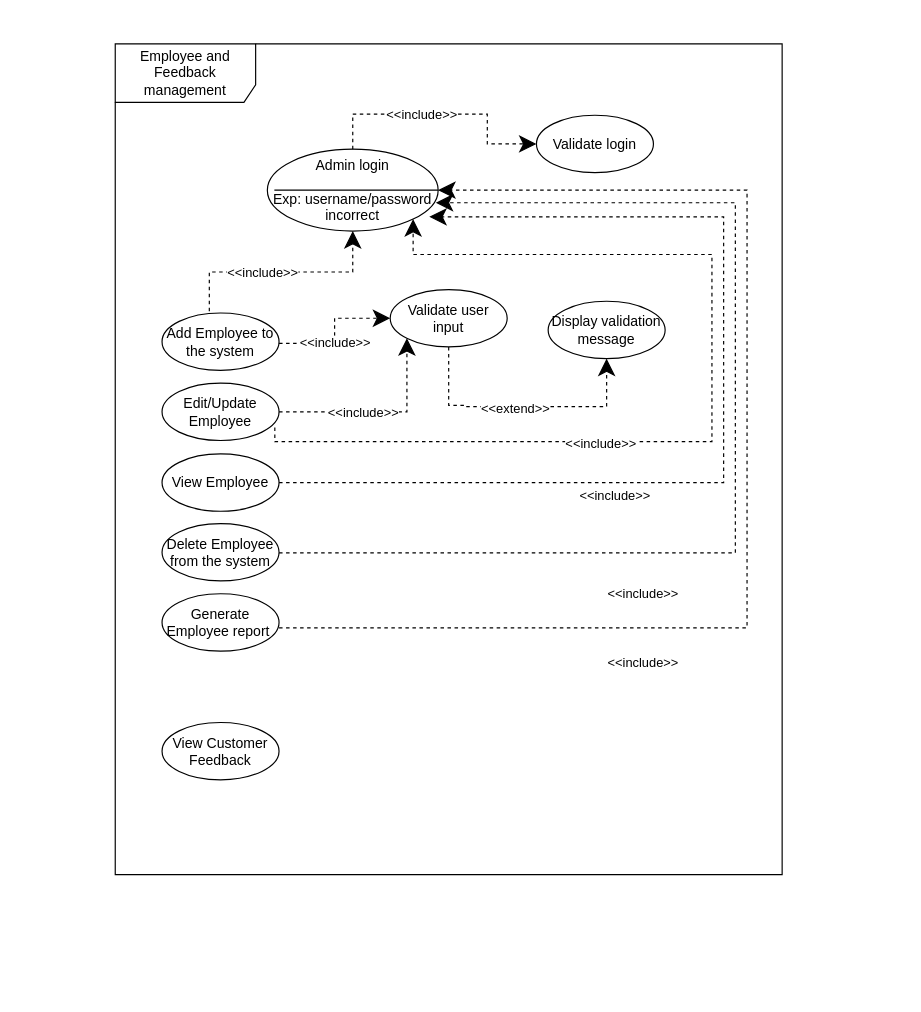
This is Untitled Diagram.drawio from ChamudiRW/first, a draw.io file, before an edit. Source tidied: cells renumbered, new cells numbered last; positions are measured from the earlier drawing's top-left corner, leaving out a move shared by most shapes. Both pictures are drawn from the tidied source at 117%, with x=0, y=0 at pixel (115, 43).
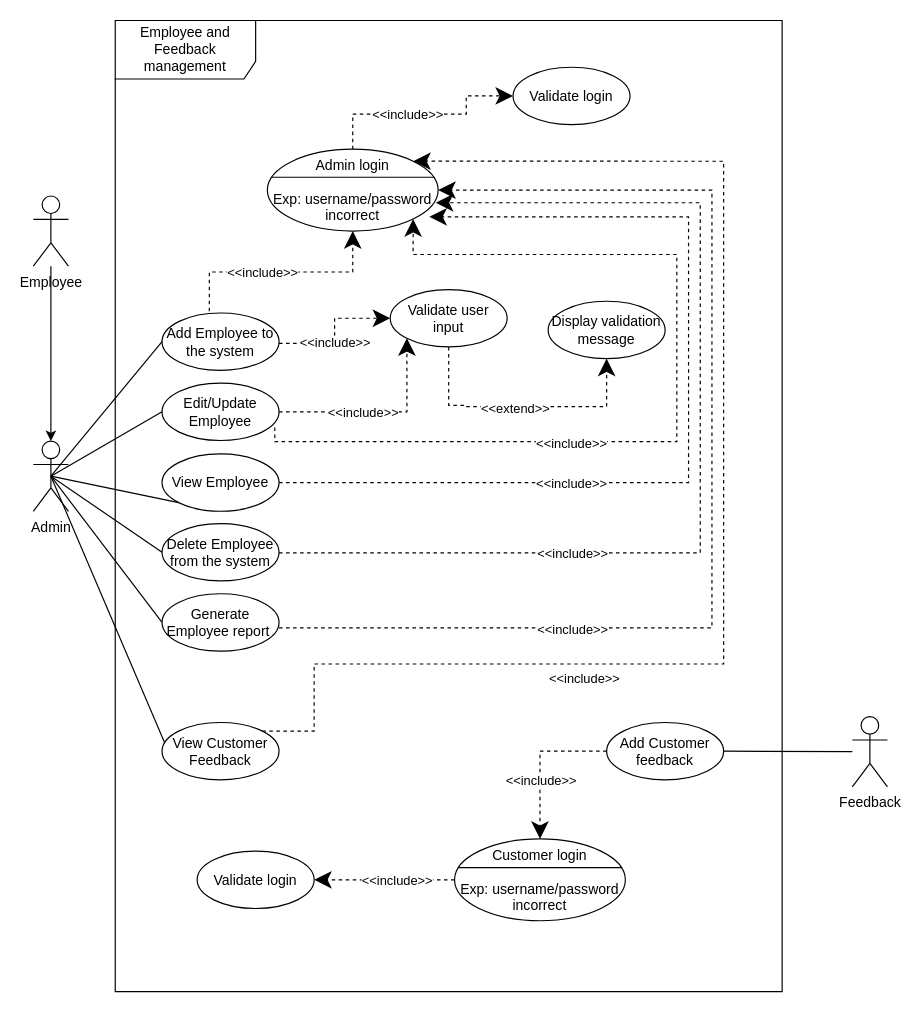
After the change.

The change refers to these unchanged cells:
```xml
<mxCell id="3" value="Admin login&lt;br&gt;&lt;br&gt;Exp: username/password incorrect" style="ellipse;whiteSpace=wrap;html=1;" parent="1" vertex="1">
  <mxGeometry x="130" y="90" width="146" height="70" as="geometry" />
</mxCell>
<mxCell id="8" value="Add Employee to the system" style="ellipse;whiteSpace=wrap;html=1;" parent="1" vertex="1">
  <mxGeometry x="40" y="230" width="100" height="49" as="geometry" />
</mxCell>
<mxCell id="9" value="View Employee" style="ellipse;whiteSpace=wrap;html=1;" parent="1" vertex="1">
  <mxGeometry x="40" y="350.5" width="100" height="49" as="geometry" />
</mxCell>
<mxCell id="10" value="Edit/Update Employee" style="ellipse;whiteSpace=wrap;html=1;" parent="1" vertex="1">
  <mxGeometry x="40" y="290" width="100" height="49" as="geometry" />
</mxCell>
<mxCell id="11" value="Delete Employee from the system" style="ellipse;whiteSpace=wrap;html=1;" parent="1" vertex="1">
  <mxGeometry x="40" y="410" width="100" height="49" as="geometry" />
</mxCell>
<mxCell id="12" value="Generate Employee report&amp;nbsp;" style="ellipse;whiteSpace=wrap;html=1;" parent="1" vertex="1">
  <mxGeometry x="40" y="470" width="100" height="49" as="geometry" />
</mxCell>
<mxCell id="13" value="View Customer Feedback" style="ellipse;whiteSpace=wrap;html=1;" parent="1" vertex="1">
  <mxGeometry x="40" y="580" width="100" height="49" as="geometry" />
</mxCell>
```

Diff of the diagram source:
```diff
@@
     <mxCell id="2" value="Employee and Feedback management" style="shape=umlFrame;whiteSpace=wrap;html=1;width=120;height=50;" parent="1" vertex="1">
-      <mxGeometry width="570" height="710" as="geometry" />
+      <mxGeometry y="-20" width="570" height="830" as="geometry" />
     </mxCell>
@@
     <mxCell id="4" style="line;strokeWidth=1;fillColor=none;align=left;verticalAlign=middle;spacingTop=-1;spacingLeft=3;spacingRight=3;labelPosition=right;" parent="1" vertex="1">
-      <mxGeometry x="136" y="121" width="140" height="8" as="geometry" />
+      <mxGeometry x="133" y="110" width="140" height="8" as="geometry" />
     </mxCell>
     <mxCell id="5" value="Validate login" style="ellipse;whiteSpace=wrap;html=1;" parent="1" vertex="1">
-      <mxGeometry x="360" y="61" width="100" height="49" as="geometry" />
+      <mxGeometry x="340" y="20" width="100" height="49" as="geometry" />
     </mxCell>
     <mxCell id="6" style="endArrow=classic;dashed=1;endFill=1;endSize=12;html=1;rounded=0;edgeStyle=orthogonalEdgeStyle;exitX=0.5;exitY=0;exitDx=0;exitDy=0;entryX=0;entryY=0.5;entryDx=0;entryDy=0;" parent="1" edge="1" source="3" target="5">
       <mxGeometry relative="1" as="geometry">
         <Array as="points">
           <mxPoint x="203" y="60" />
-          <mxPoint x="318" y="60" />
-          <mxPoint x="318" y="86" />
+          <mxPoint x="300" y="60" />
+          <mxPoint x="300" y="45" />
         </Array>
       </mxGeometry>
     </mxCell>
@@
     <mxCell id="21" style="endArrow=classic;dashed=1;endFill=1;endSize=12;html=1;rounded=0;edgeStyle=orthogonalEdgeStyle;exitX=0.964;exitY=0.771;exitDx=0;exitDy=0;entryX=1;entryY=1;entryDx=0;entryDy=0;exitPerimeter=0;" parent="1" edge="1" source="10" target="3">
       <mxGeometry relative="1" as="geometry">
         <Array as="points">
           <mxPoint x="136" y="340" />
-          <mxPoint x="510" y="340" />
-          <mxPoint x="510" y="180" />
+          <mxPoint x="480" y="340" />
+          <mxPoint x="480" y="180" />
           <mxPoint x="255" y="180" />
         </Array>
       </mxGeometry>
     </mxCell>
@@
     <mxCell id="23" style="endArrow=classic;dashed=1;endFill=1;endSize=12;html=1;rounded=0;edgeStyle=orthogonalEdgeStyle;exitX=1;exitY=0.5;exitDx=0;exitDy=0;entryX=0.948;entryY=0.826;entryDx=0;entryDy=0;entryPerimeter=0;" parent="1" edge="1" source="9" target="3">
       <mxGeometry relative="1" as="geometry">
         <Array as="points">
-          <mxPoint x="520" y="375" />
-          <mxPoint x="520" y="148" />
+          <mxPoint x="490" y="375" />
+          <mxPoint x="490" y="148" />
         </Array>
       </mxGeometry>
     </mxCell>
     <mxCell id="24" value="&amp;lt;&amp;lt;include&amp;gt;&amp;gt;" style="edgeLabel;html=1;align=center;verticalAlign=middle;" parent="23" vertex="1">
       <mxGeometry x="-0.17" relative="1" as="geometry">
-        <mxPoint x="-70" y="10" as="offset" />
+        <mxPoint x="-82" as="offset" />
       </mxGeometry>
     </mxCell>
     <mxCell id="25" style="endArrow=classic;dashed=1;endFill=1;endSize=12;html=1;rounded=0;edgeStyle=orthogonalEdgeStyle;entryX=0.986;entryY=0.654;entryDx=0;entryDy=0;entryPerimeter=0;" parent="1" edge="1" target="3">
       <mxGeometry relative="1" as="geometry">
         <mxPoint x="140" y="435" as="sourcePoint" />
         <Array as="points">
-          <mxPoint x="530" y="435" />
-          <mxPoint x="530" y="136" />
+          <mxPoint x="500" y="435" />
+          <mxPoint x="500" y="136" />
         </Array>
       </mxGeometry>
     </mxCell>
     <mxCell id="26" value="&amp;lt;&amp;lt;include&amp;gt;&amp;gt;" style="edgeLabel;html=1;align=center;verticalAlign=middle;" parent="25" vertex="1">
       <mxGeometry x="-0.17" relative="1" as="geometry">
-        <mxPoint x="-80" y="36" as="offset" />
+        <mxPoint x="-110" y="7" as="offset" />
       </mxGeometry>
     </mxCell>
     <mxCell id="27" style="endArrow=classic;dashed=1;endFill=1;endSize=12;html=1;rounded=0;edgeStyle=orthogonalEdgeStyle;entryX=1;entryY=0.5;entryDx=0;entryDy=0;" parent="1" edge="1" target="3">
       <mxGeometry relative="1" as="geometry">
         <mxPoint x="140" y="499.2" as="sourcePoint" />
         <Array as="points">
-          <mxPoint x="540" y="499" />
-          <mxPoint x="540" y="125" />
+          <mxPoint x="510" y="499" />
+          <mxPoint x="510" y="125" />
         </Array>
       </mxGeometry>
     </mxCell>
     <mxCell id="28" value="&amp;lt;&amp;lt;include&amp;gt;&amp;gt;" style="edgeLabel;html=1;align=center;verticalAlign=middle;" parent="27" vertex="1">
       <mxGeometry x="-0.17" relative="1" as="geometry">
-        <mxPoint x="-90" y="60" as="offset" />
+        <mxPoint x="-120" y="37" as="offset" />
       </mxGeometry>
     </mxCell>
@@
+    <mxCell id="32" value="Add Customer feedback" style="ellipse;whiteSpace=wrap;html=1;" parent="1" vertex="1">
+      <mxGeometry x="420" y="580" width="100" height="49" as="geometry" />
+    </mxCell>
+    <mxCell id="33" style="endArrow=classic;dashed=1;endFill=1;endSize=12;html=1;rounded=0;edgeStyle=orthogonalEdgeStyle;entryX=1;entryY=0;entryDx=0;entryDy=0;exitX=1;exitY=0;exitDx=0;exitDy=0;" parent="1" edge="1" source="13" target="3">
+      <mxGeometry relative="1" as="geometry">
+        <Array as="points">
+          <mxPoint x="170" y="587" />
+          <mxPoint x="170" y="530" />
+          <mxPoint x="520" y="530" />
+          <mxPoint x="520" y="100" />
+        </Array>
+      </mxGeometry>
+    </mxCell>
+    <mxCell id="34" value="&amp;lt;&amp;lt;include&amp;gt;&amp;gt;" style="edgeLabel;html=1;align=center;verticalAlign=middle;" parent="33" vertex="1">
+      <mxGeometry x="-0.17" relative="1" as="geometry">
+        <mxPoint x="-120" y="37" as="offset" />
+      </mxGeometry>
+    </mxCell>
+    <mxCell id="35" value="Customer login&lt;br&gt;&lt;br&gt;Exp: username/password incorrect" style="ellipse;whiteSpace=wrap;html=1;" parent="1" vertex="1">
+      <mxGeometry x="290" y="679.5" width="146" height="70" as="geometry" />
+    </mxCell>
+    <mxCell id="36" style="line;strokeWidth=1;fillColor=none;align=left;verticalAlign=middle;spacingTop=-1;spacingLeft=3;spacingRight=3;labelPosition=right;" parent="1" vertex="1">
+      <mxGeometry x="293" y="700" width="140" height="8" as="geometry" />
+    </mxCell>
+    <mxCell id="37" value="Validate login" style="ellipse;whiteSpace=wrap;html=1;" parent="1" vertex="1">
+      <mxGeometry x="70" y="690" width="100" height="49" as="geometry" />
+    </mxCell>
+    <mxCell id="38" style="endArrow=classic;dashed=1;endFill=1;endSize=12;html=1;rounded=0;edgeStyle=orthogonalEdgeStyle;exitX=0;exitY=0.5;exitDx=0;exitDy=0;entryX=0.5;entryY=0;entryDx=0;entryDy=0;" parent="1" edge="1" source="32" target="35">
+      <mxGeometry relative="1" as="geometry">
+        <Array as="points">
+          <mxPoint x="363" y="605" />
+        </Array>
+      </mxGeometry>
+    </mxCell>
+    <mxCell id="39" value="&amp;lt;&amp;lt;include&amp;gt;&amp;gt;" style="edgeLabel;html=1;align=center;verticalAlign=middle;" parent="38" vertex="1">
+      <mxGeometry x="-0.17" relative="1" as="geometry">
+        <mxPoint x="-2" y="25" as="offset" />
+      </mxGeometry>
+    </mxCell>
+    <mxCell id="40" style="endArrow=classic;dashed=1;endFill=1;endSize=12;html=1;rounded=0;edgeStyle=orthogonalEdgeStyle;exitX=0;exitY=0.5;exitDx=0;exitDy=0;entryX=1;entryY=0.5;entryDx=0;entryDy=0;" parent="1" edge="1" source="35" target="37">
+      <mxGeometry relative="1" as="geometry">
+        <Array as="points">
+          <mxPoint x="270" y="715" />
+          <mxPoint x="270" y="715" />
+        </Array>
+      </mxGeometry>
+    </mxCell>
+    <mxCell id="41" value="&amp;lt;&amp;lt;include&amp;gt;&amp;gt;" style="edgeLabel;html=1;align=center;verticalAlign=middle;" parent="40" vertex="1">
+      <mxGeometry x="-0.17" relative="1" as="geometry" />
+    </mxCell>
+    <mxCell id="42" style="rounded=0;jettySize=auto;html=1;exitX=0.5;exitY=0.5;exitDx=0;exitDy=0;exitPerimeter=0;entryX=0;entryY=0.5;entryDx=0;entryDy=0;endArrow=none;endFill=0;" parent="1" edge="1" source="48" target="8">
+      <mxGeometry relative="1" as="geometry" />
+    </mxCell>
+    <mxCell id="43" style="rounded=0;jettySize=auto;html=1;exitX=0.5;exitY=0.5;exitDx=0;exitDy=0;exitPerimeter=0;entryX=0;entryY=0.5;entryDx=0;entryDy=0;endArrow=none;endFill=0;" parent="1" edge="1" source="48" target="10">
+      <mxGeometry relative="1" as="geometry" />
+    </mxCell>
+    <mxCell id="44" style="rounded=0;jettySize=auto;html=1;exitX=0.5;exitY=0.5;exitDx=0;exitDy=0;exitPerimeter=0;entryX=0;entryY=1;entryDx=0;entryDy=0;endArrow=none;endFill=0;" parent="1" edge="1" source="48" target="9">
+      <mxGeometry relative="1" as="geometry" />
+    </mxCell>
+    <mxCell id="45" style="rounded=0;jettySize=auto;html=1;exitX=0.5;exitY=0.5;exitDx=0;exitDy=0;exitPerimeter=0;entryX=0;entryY=0.5;entryDx=0;entryDy=0;endArrow=none;endFill=0;" parent="1" edge="1" source="48" target="11">
+      <mxGeometry relative="1" as="geometry" />
+    </mxCell>
+    <mxCell id="46" style="rounded=0;jettySize=auto;html=1;exitX=0.5;exitY=0.5;exitDx=0;exitDy=0;exitPerimeter=0;entryX=0;entryY=0.5;entryDx=0;entryDy=0;endArrow=none;endFill=0;" parent="1" edge="1" source="48" target="12">
+      <mxGeometry relative="1" as="geometry" />
+    </mxCell>
+    <mxCell id="47" style="edgeStyle=none;rounded=0;jettySize=auto;html=1;exitX=0.5;exitY=0.5;exitDx=0;exitDy=0;exitPerimeter=0;entryX=0.024;entryY=0.363;entryDx=0;entryDy=0;entryPerimeter=0;endArrow=none;endFill=0;" parent="1" edge="1" source="48" target="13">
+      <mxGeometry relative="1" as="geometry" />
+    </mxCell>
+    <mxCell id="48" value="Admin" style="shape=umlActor;verticalLabelPosition=bottom;verticalAlign=top;html=1;" parent="1" vertex="1">
+      <mxGeometry x="-70" y="339.5" width="30" height="60" as="geometry" />
+    </mxCell>
+    <mxCell id="49" style="edgeStyle=orthogonalEdgeStyle;rounded=0;jettySize=auto;html=1;entryX=0.5;entryY=0;entryDx=0;entryDy=0;entryPerimeter=0;endArrow=classic;endFill=1;" parent="1" edge="1" source="50" target="48">
+      <mxGeometry relative="1" as="geometry">
+        <Array as="points">
+          <mxPoint x="-55" y="300" />
+          <mxPoint x="-55" y="300" />
+        </Array>
+      </mxGeometry>
+    </mxCell>
+    <mxCell id="50" value="Employee" style="shape=umlActor;verticalLabelPosition=bottom;verticalAlign=top;html=1;" parent="1" vertex="1">
+      <mxGeometry x="-70" y="130" width="30" height="60" as="geometry" />
+    </mxCell>
+    <mxCell id="51" style="edgeStyle=none;rounded=0;jettySize=auto;html=1;endArrow=none;endFill=0;" parent="1" edge="1" source="52" target="32">
+      <mxGeometry relative="1" as="geometry" />
+    </mxCell>
+    <mxCell id="52" value="Feedback" style="shape=umlActor;verticalLabelPosition=bottom;verticalAlign=top;html=1;" parent="1" vertex="1">
+      <mxGeometry x="630" y="575" width="30" height="60" as="geometry" />
+    </mxCell>
```
